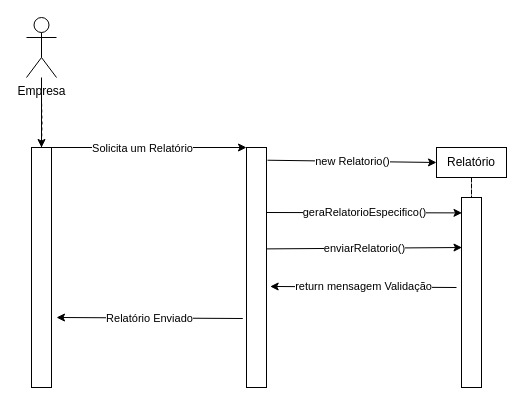
The draw.io diagram DealBroker/DiagramasDeSequencia/UC005/Diagrama.drawio in unifgabsantos/StockFEI, before the edit. Source tidied: cells renumbered, new cells numbered last; positions are measured from the earlier drawing's top-left corner, leaving out a move shared by most shapes. Both pictures are drawn from the tidied source at 100%, with x=0, y=0 at pixel (26, 17).
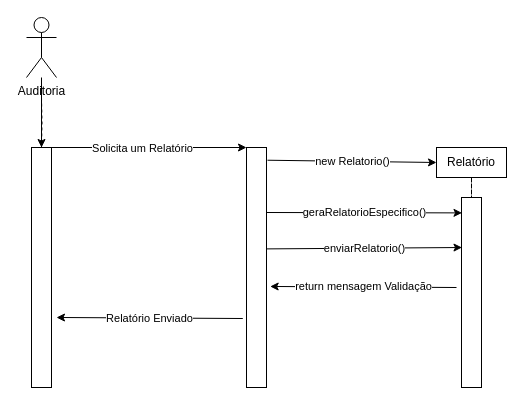
The same page after the edit.

What changed in the source:
```diff
@@
-    <mxCell id="4" value="Empresa" style="shape=umlActor;verticalLabelPosition=bottom;verticalAlign=top;html=1;outlineConnect=0;" parent="1" vertex="1">
+    <mxCell id="4" value="Auditoria" style="shape=umlActor;verticalLabelPosition=bottom;verticalAlign=top;html=1;outlineConnect=0;" parent="1" vertex="1">
       <mxGeometry width="30" height="60" as="geometry" />
     </mxCell>
```
